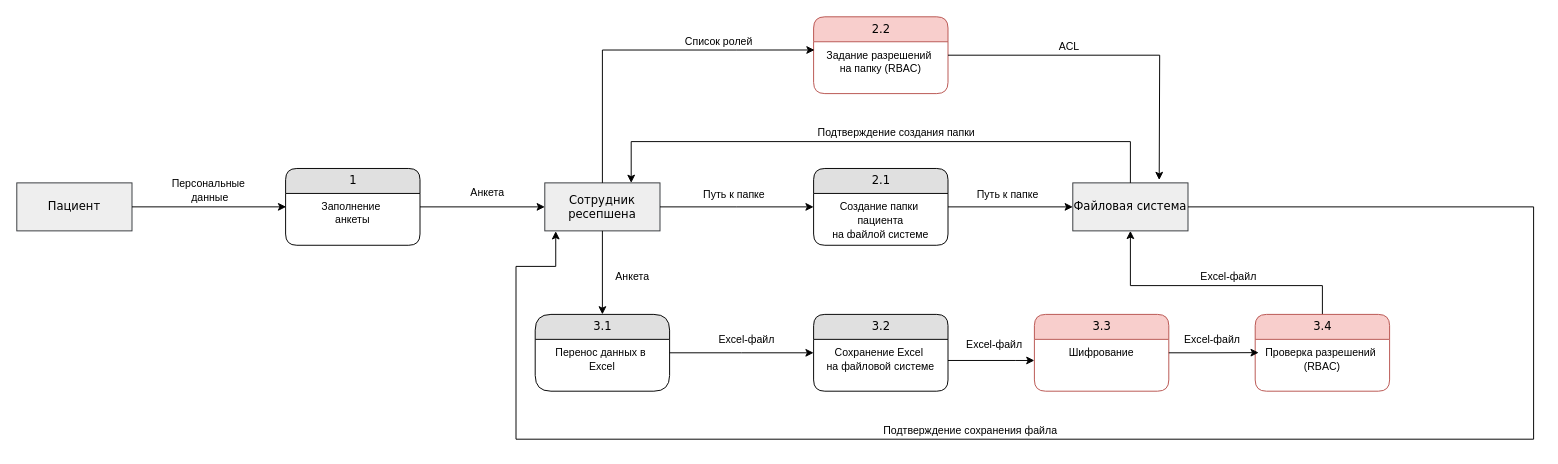
Before: Task1/Improved/DFD_Регистрация_пациента_в_системе.drawio in spblex/architecture-sprint-10, a draw.io diagram. Source tidied: cells renumbered, new cells numbered last; positions are measured from the earlier drawing's top-left corner, leaving out a move shared by most shapes. Both pictures are drawn from the tidied source at 96%, with x=0, y=0 at pixel (16, 16).
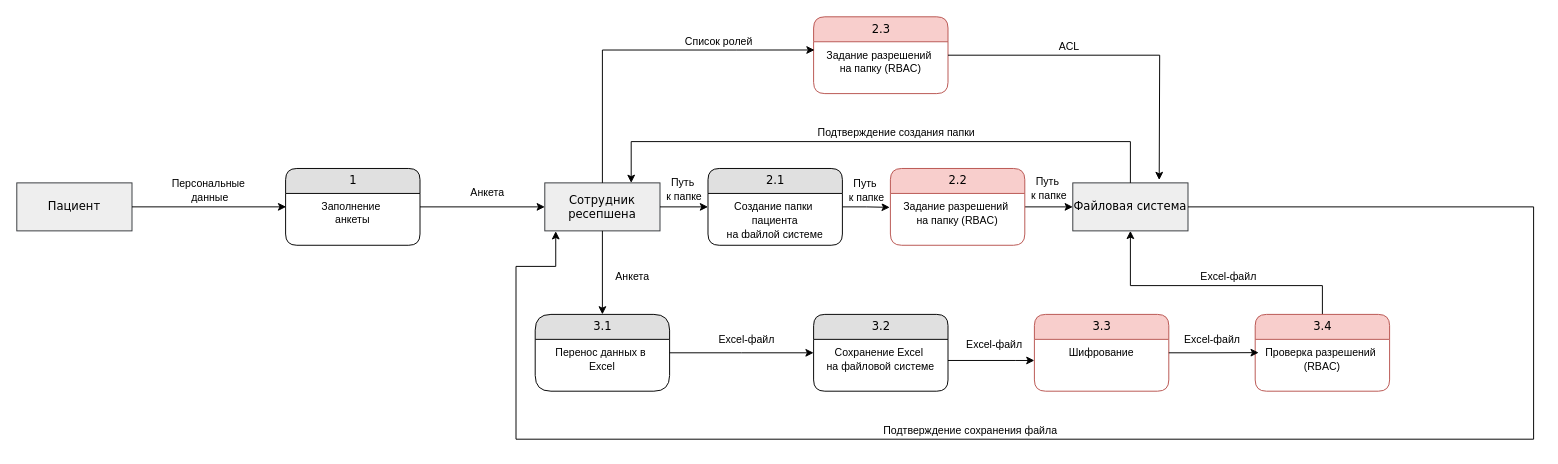
The same page after the edit.

Unchanged cells that the change refers to:
```xml
<mxCell id="7" value="Сотрудник ресепшена" style="whiteSpace=wrap;html=1;rounded=0;shadow=0;comic=0;labelBackgroundColor=none;strokeWidth=1;fontFamily=Verdana;fontSize=12;align=center;fillColor=#eeeeee;strokeColor=#36393d;" parent="1" vertex="1">
  <mxGeometry x="550" y="173" width="120" height="50" as="geometry" />
</mxCell>
<mxCell id="22" value="Файловая система" style="whiteSpace=wrap;html=1;rounded=0;shadow=0;comic=0;labelBackgroundColor=none;strokeWidth=1;fontFamily=Verdana;fontSize=12;align=center;fillColor=#eeeeee;strokeColor=#36393d;" parent="1" vertex="1">
  <mxGeometry x="1100" y="173" width="120" height="50" as="geometry" />
</mxCell>
```

Change to the diagram source:
```diff
@@
-    <mxCell id="14" style="edgeStyle=orthogonalEdgeStyle;rounded=0;jettySize=auto;html=1;entryX=0;entryY=0.5;entryDx=0;entryDy=0;" parent="1" edge="1" source="16" target="22">
+    <mxCell id="14" style="edgeStyle=orthogonalEdgeStyle;rounded=0;jettySize=auto;html=1;entryX=-0.005;entryY=0.33;entryDx=0;entryDy=0;entryPerimeter=0;" parent="1" edge="1" source="16" target="48">
       <mxGeometry relative="1" as="geometry" />
     </mxCell>
-    <mxCell id="15" value="Путь к папке" style="edgeLabel;html=1;align=center;verticalAlign=middle;" parent="14" vertex="1">
+    <mxCell id="15" value="Путь&amp;nbsp;&lt;div&gt;к папке&lt;/div&gt;" style="edgeLabel;html=1;align=center;verticalAlign=middle;" parent="14" vertex="1">
       <mxGeometry x="-0.06" y="-2" relative="1" as="geometry">
-        <mxPoint y="-16" as="offset" />
+        <mxPoint x="1" y="-20" as="offset" />
       </mxGeometry>
     </mxCell>
     <mxCell id="16" value="2.1" style="swimlane;html=1;fontStyle=0;horizontal=1;startSize=26;fillColor=#e0e0e0;swimlaneFillColor=#ffffff;align=center;rounded=1;shadow=0;comic=0;labelBackgroundColor=none;strokeWidth=1;fontFamily=Verdana;fontSize=12;" parent="1" vertex="1">
-      <mxGeometry x="830" y="158" width="140" height="80" as="geometry" />
+      <mxGeometry x="720" y="158" width="140" height="80" as="geometry" />
     </mxCell>
@@
-    <mxCell id="25" style="edgeStyle=orthogonalEdgeStyle;rounded=0;jettySize=auto;html=1;" parent="1" edge="1" source="7">
-      <mxGeometry relative="1" as="geometry">
-        <mxPoint x="830" y="198" as="targetPoint" />
-      </mxGeometry>
+    <mxCell id="25" style="edgeStyle=orthogonalEdgeStyle;rounded=0;jettySize=auto;html=1;entryX=0;entryY=0.5;entryDx=0;entryDy=0;" parent="1" edge="1" source="7" target="16">
+      <mxGeometry relative="1" as="geometry" />
     </mxCell>
-    <mxCell id="26" value="Путь к папке" style="edgeLabel;html=1;align=center;verticalAlign=middle;" parent="25" vertex="1">
+    <mxCell id="26" value="Путь&amp;nbsp;&lt;div&gt;к папке&lt;/div&gt;" style="edgeLabel;html=1;align=center;verticalAlign=middle;" parent="25" vertex="1">
       <mxGeometry x="-0.05" y="1" relative="1" as="geometry">
-        <mxPoint y="-13" as="offset" />
+        <mxPoint y="-18" as="offset" />
       </mxGeometry>
     </mxCell>
@@
-    <mxCell id="33" value="2.2" style="swimlane;html=1;fontStyle=0;horizontal=1;startSize=26;fillColor=#f8cecc;swimlaneFillColor=#ffffff;align=center;rounded=1;shadow=0;comic=0;labelBackgroundColor=none;strokeWidth=1;fontFamily=Verdana;fontSize=12;strokeColor=#b85450;" parent="1" vertex="1">
+    <mxCell id="33" value="2.3" style="swimlane;html=1;fontStyle=0;horizontal=1;startSize=26;fillColor=#f8cecc;swimlaneFillColor=#ffffff;align=center;rounded=1;shadow=0;comic=0;labelBackgroundColor=none;strokeWidth=1;fontFamily=Verdana;fontSize=12;strokeColor=#b85450;" parent="1" vertex="1">
       <mxGeometry x="830" width="140" height="80" as="geometry" />
     </mxCell>
@@
+    <mxCell id="45" style="edgeStyle=orthogonalEdgeStyle;rounded=0;jettySize=auto;html=1;entryX=0;entryY=0.5;entryDx=0;entryDy=0;" parent="1" edge="1" source="47" target="22">
+      <mxGeometry relative="1" as="geometry" />
+    </mxCell>
+    <mxCell id="46" value="Путь&amp;nbsp;&lt;div&gt;к папке&lt;/div&gt;" style="edgeLabel;html=1;align=center;verticalAlign=middle;" parent="45" vertex="1">
+      <mxGeometry x="0.17" y="2" relative="1" as="geometry">
+        <mxPoint x="-5" y="-18" as="offset" />
+      </mxGeometry>
+    </mxCell>
+    <mxCell id="47" value="2.2" style="swimlane;html=1;fontStyle=0;horizontal=1;startSize=26;fillColor=#f8cecc;swimlaneFillColor=#ffffff;align=center;rounded=1;shadow=0;comic=0;labelBackgroundColor=none;strokeWidth=1;fontFamily=Verdana;fontSize=12;strokeColor=#b85450;" parent="1" vertex="1">
+      <mxGeometry x="910" y="158" width="140" height="80" as="geometry" />
+    </mxCell>
+    <mxCell id="48" value="&lt;span style=&quot;font-size: 11px; text-wrap-mode: nowrap; background-color: rgb(255, 255, 255);&quot;&gt;Задание разрешений&amp;nbsp;&lt;/span&gt;&lt;div&gt;&lt;span style=&quot;font-size: 11px; text-wrap-mode: nowrap; background-color: rgb(255, 255, 255);&quot;&gt;на папку (RBAC)&lt;/span&gt;&lt;/div&gt;" style="text;html=1;strokeColor=none;fillColor=none;spacingLeft=4;spacingRight=4;whiteSpace=wrap;overflow=hidden;points=[[0,0.5],[1,0.5]];portConstraint=eastwest;align=center;" parent="47" vertex="1">
+      <mxGeometry y="26" width="140" height="44" as="geometry" />
+    </mxCell>
```
